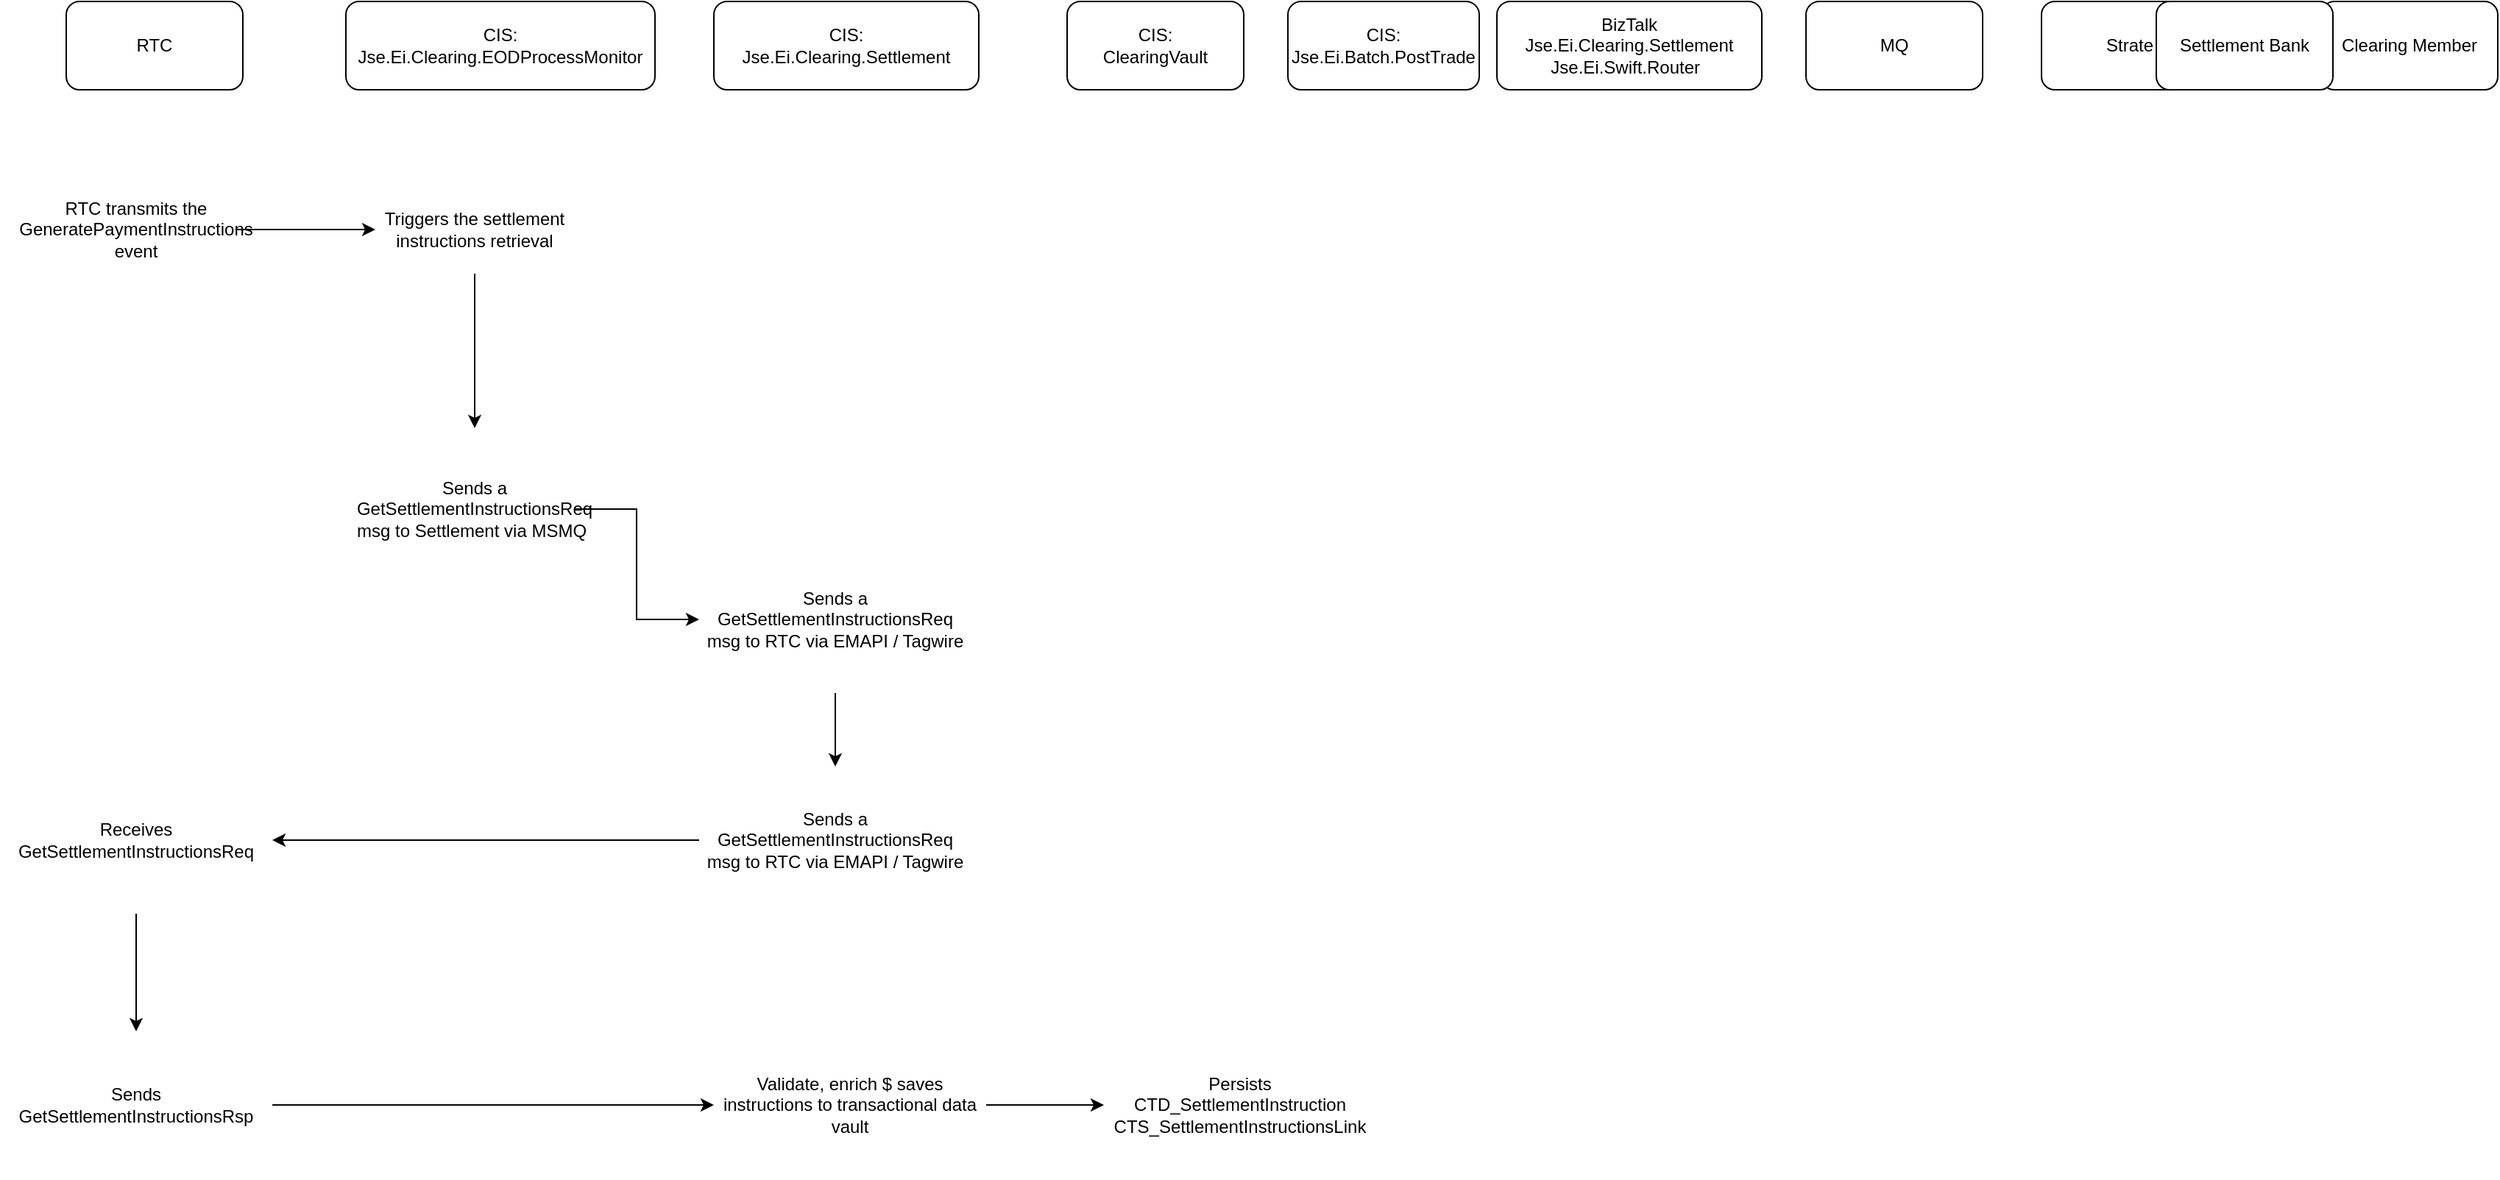
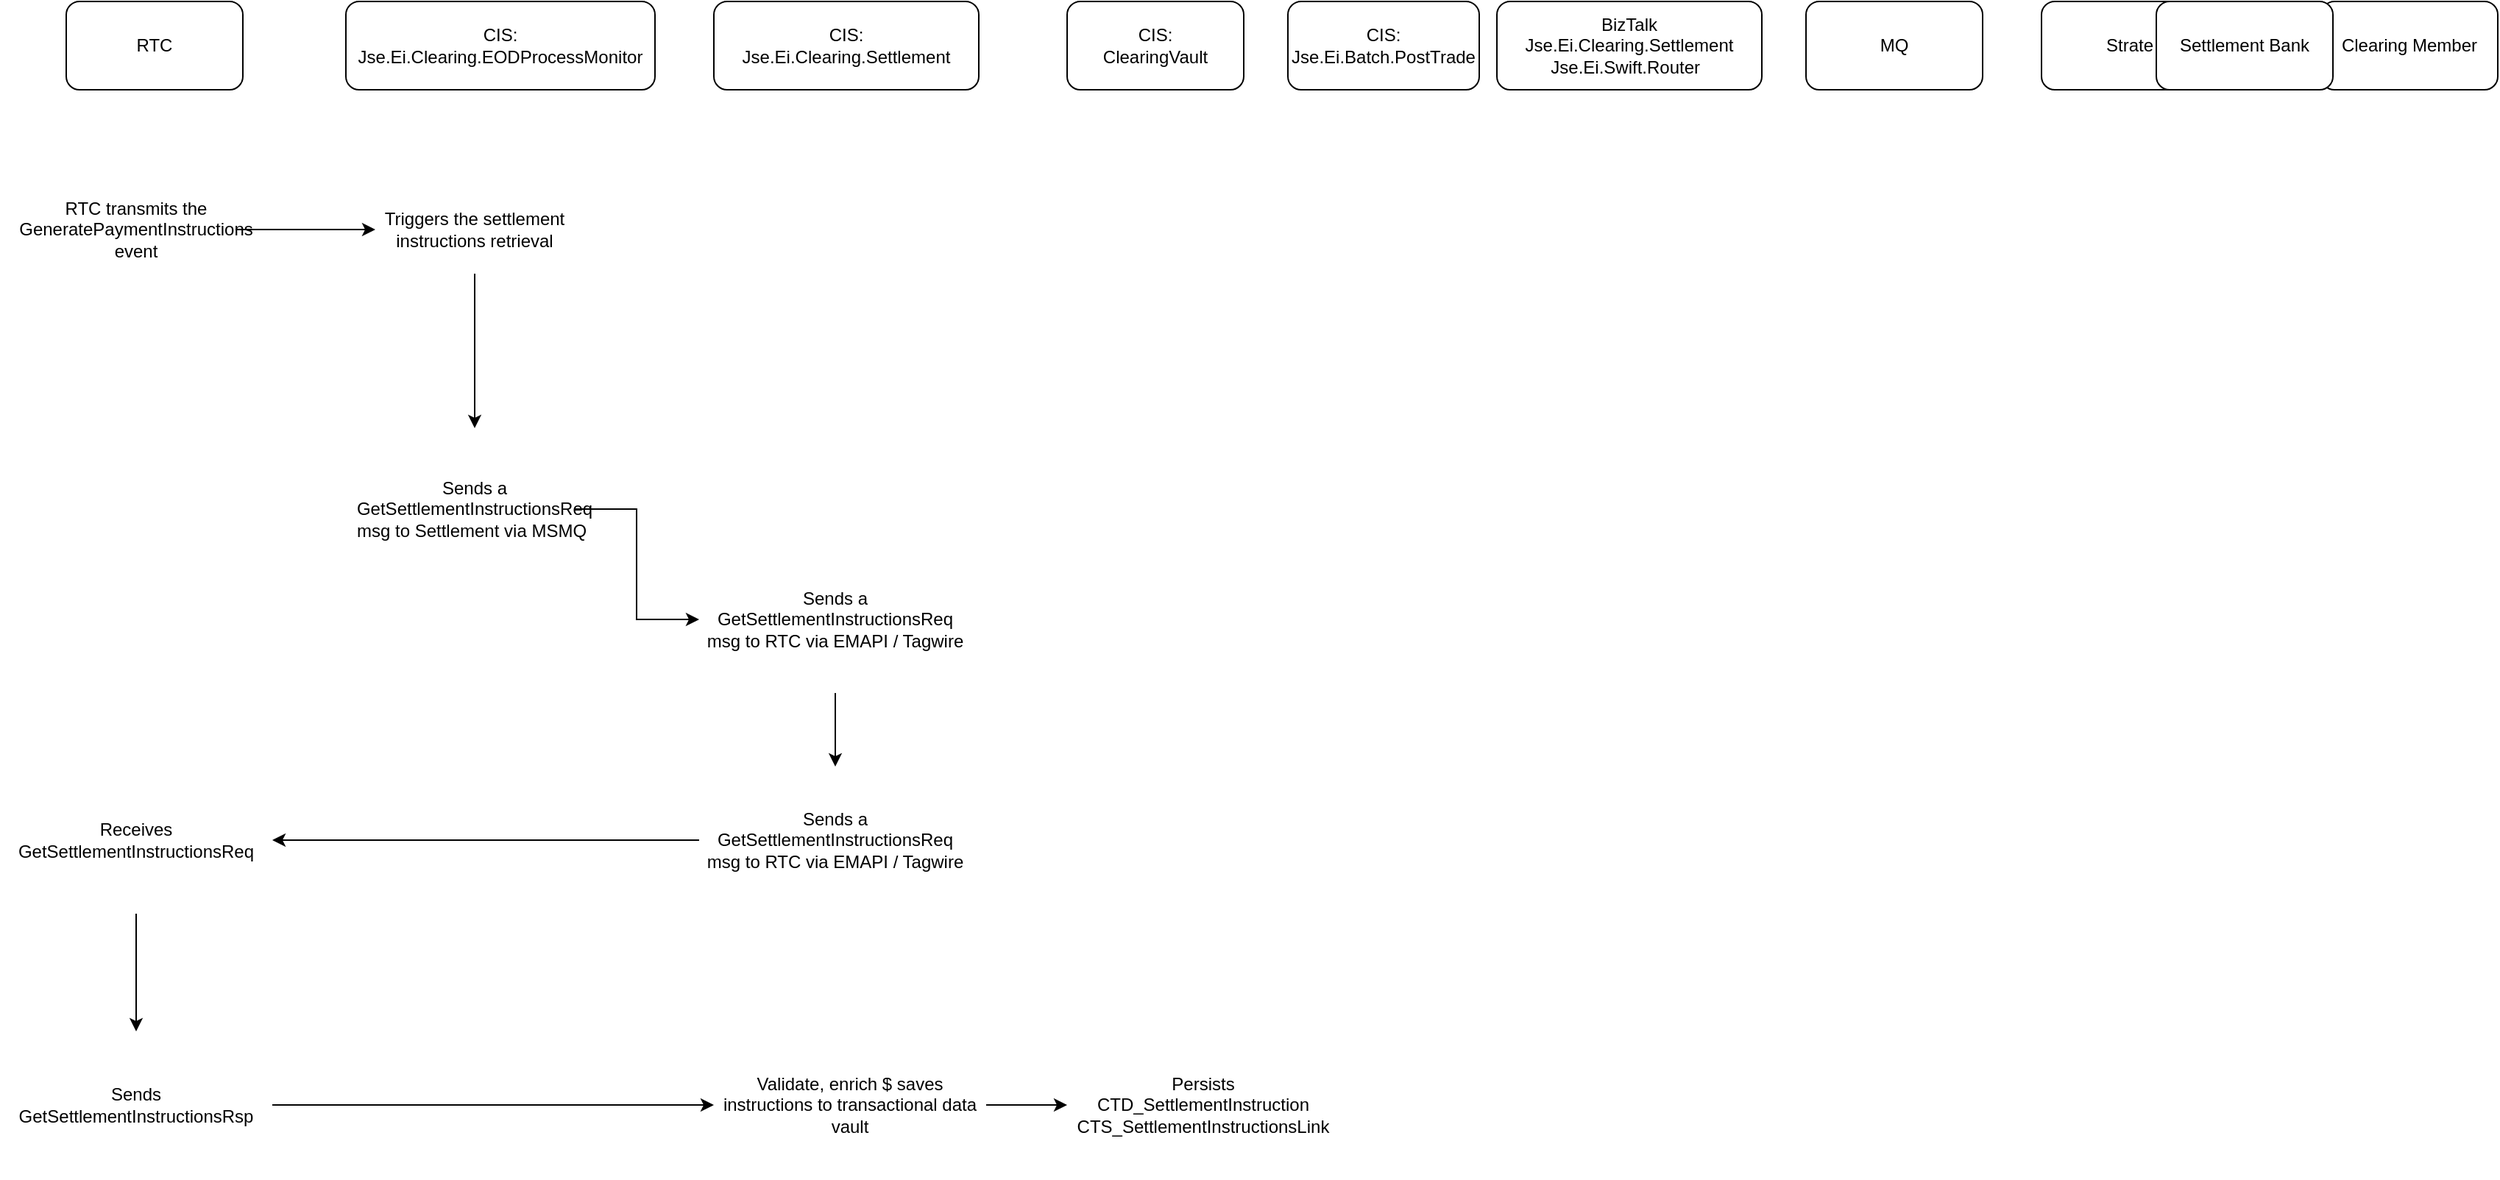
<mxfile host="app.diagrams.net">
  <diagram name="Page-1" id="vidGpl-5MFJZR5KmYKjs">
    <mxGraphModel dx="1406" dy="746" grid="1" gridSize="10" guides="1" tooltips="1" connect="1" arrows="1" fold="1" page="1" pageScale="1" pageWidth="850" pageHeight="1100" math="0" shadow="0">
      <root>
        <mxCell id="0" />
        <mxCell id="1" parent="0" />
        <mxCell id="Y7hr2lu_-T20AjTg2ncd-1" parent="1" style="rounded=1;whiteSpace=wrap;html=1;" value="RTC" vertex="1">
          <mxGeometry height="60" width="120" x="70" y="80" as="geometry" />
        </mxCell>
        <mxCell id="Y7hr2lu_-T20AjTg2ncd-2" parent="1" style="rounded=1;whiteSpace=wrap;html=1;" value="CIS:&lt;div&gt;Jse.Ei.Clearing.Settlement&lt;/div&gt;" vertex="1">
          <mxGeometry height="60" width="180" x="510" y="80" as="geometry" />
        </mxCell>
        <mxCell id="Y7hr2lu_-T20AjTg2ncd-3" parent="1" style="rounded=1;whiteSpace=wrap;html=1;" value="CIS:&lt;div&gt;Jse.Ei.Clearing.EODProcessMonitor&lt;/div&gt;" vertex="1">
          <mxGeometry height="60" width="210" x="260" y="80" as="geometry" />
        </mxCell>
        <mxCell id="Y7hr2lu_-T20AjTg2ncd-4" parent="1" style="rounded=1;whiteSpace=wrap;html=1;" value="BizTalk&lt;div&gt;Jse.Ei.Clearing.Settlement&lt;/div&gt;&lt;div&gt;Jse.Ei.Swift.Router&lt;span style=&quot;white-space: pre;&quot;&gt;&#x9;&lt;/span&gt;&lt;/div&gt;" vertex="1">
          <mxGeometry height="60" width="180" x="1042" y="80" as="geometry" />
        </mxCell>
        <mxCell id="t7a2u7lnhrg4pLDZo-nx-1" parent="1" style="rounded=1;whiteSpace=wrap;html=1;" value="MQ" vertex="1">
          <mxGeometry height="60" width="120" x="1252" y="80" as="geometry" />
        </mxCell>
        <mxCell id="t7a2u7lnhrg4pLDZo-nx-2" parent="1" style="rounded=1;whiteSpace=wrap;html=1;" value="Strate" vertex="1">
          <mxGeometry height="60" width="120" x="1412" y="80" as="geometry" />
        </mxCell>
        <mxCell id="t7a2u7lnhrg4pLDZo-nx-3" parent="1" style="rounded=1;whiteSpace=wrap;html=1;" value="Clearing Member" vertex="1">
          <mxGeometry height="60" width="120" x="1602" y="80" as="geometry" />
        </mxCell>
        <mxCell id="t7a2u7lnhrg4pLDZo-nx-4" parent="1" style="rounded=1;whiteSpace=wrap;html=1;" value="Settlement Bank" vertex="1">
          <mxGeometry height="60" width="120" x="1490" y="80" as="geometry" />
        </mxCell>
        <mxCell id="t7a2u7lnhrg4pLDZo-nx-16" edge="1" parent="1" source="t7a2u7lnhrg4pLDZo-nx-14" style="edgeStyle=orthogonalEdgeStyle;rounded=0;orthogonalLoop=1;jettySize=auto;html=1;" target="t7a2u7lnhrg4pLDZo-nx-15" value="">
          <mxGeometry relative="1" as="geometry" />
        </mxCell>
        <mxCell id="t7a2u7lnhrg4pLDZo-nx-14" parent="1" style="text;html=1;whiteSpace=wrap;strokeColor=none;fillColor=none;align=center;verticalAlign=middle;rounded=0;" value="RTC transmits the GeneratePaymentInstructions event" vertex="1">
          <mxGeometry height="110" width="135" x="50" y="180" as="geometry" />
        </mxCell>
        <mxCell id="t7a2u7lnhrg4pLDZo-nx-18" edge="1" parent="1" source="t7a2u7lnhrg4pLDZo-nx-15" style="edgeStyle=orthogonalEdgeStyle;rounded=0;orthogonalLoop=1;jettySize=auto;html=1;" target="t7a2u7lnhrg4pLDZo-nx-17" value="">
          <mxGeometry relative="1" as="geometry" />
        </mxCell>
        <mxCell id="t7a2u7lnhrg4pLDZo-nx-15" parent="1" style="text;html=1;whiteSpace=wrap;strokeColor=none;fillColor=none;align=center;verticalAlign=middle;rounded=0;" value="Triggers the settlement instructions retrieval" vertex="1">
          <mxGeometry height="60" width="135" x="280" y="205" as="geometry" />
        </mxCell>
        <mxCell id="t7a2u7lnhrg4pLDZo-nx-20" edge="1" parent="1" source="t7a2u7lnhrg4pLDZo-nx-17" style="edgeStyle=orthogonalEdgeStyle;rounded=0;orthogonalLoop=1;jettySize=auto;html=1;" target="t7a2u7lnhrg4pLDZo-nx-19" value="">
          <mxGeometry relative="1" as="geometry" />
        </mxCell>
        <mxCell id="t7a2u7lnhrg4pLDZo-nx-17" parent="1" style="text;html=1;whiteSpace=wrap;strokeColor=none;fillColor=none;align=center;verticalAlign=middle;rounded=0;labelBackgroundColor=light-dark(default, #1c1c1c);" value="Sends a GetSettlementInstructionsReq msg to Settlement via MSMQ&lt;span style=&quot;white-space: pre;&quot;&gt;&#x9;&lt;/span&gt;" vertex="1">
          <mxGeometry height="110" width="135" x="280" y="370" as="geometry" />
        </mxCell>
        <mxCell id="t7a2u7lnhrg4pLDZo-nx-23" edge="1" parent="1" source="t7a2u7lnhrg4pLDZo-nx-19" style="edgeStyle=orthogonalEdgeStyle;rounded=0;orthogonalLoop=1;jettySize=auto;html=1;" target="t7a2u7lnhrg4pLDZo-nx-22" value="">
          <mxGeometry relative="1" as="geometry" />
        </mxCell>
        <mxCell id="t7a2u7lnhrg4pLDZo-nx-19" parent="1" style="text;html=1;whiteSpace=wrap;strokeColor=none;fillColor=none;align=center;verticalAlign=middle;rounded=0;labelBackgroundColor=light-dark(default, #1c1c1c);" value="Sends a GetSettlementInstructionsReq msg to RTC via EMAPI / Tagwire" vertex="1">
          <mxGeometry height="100" width="185" x="500" y="450" as="geometry" />
        </mxCell>
        <mxCell id="t7a2u7lnhrg4pLDZo-nx-21" parent="1" style="rounded=1;whiteSpace=wrap;html=1;" value="CIS:&lt;div&gt;ClearingVault&lt;/div&gt;" vertex="1">
          <mxGeometry height="60" width="120" x="750" y="80" as="geometry" />
        </mxCell>
        <mxCell id="t7a2u7lnhrg4pLDZo-nx-26" edge="1" parent="1" source="t7a2u7lnhrg4pLDZo-nx-22" style="edgeStyle=orthogonalEdgeStyle;rounded=0;orthogonalLoop=1;jettySize=auto;html=1;" target="t7a2u7lnhrg4pLDZo-nx-25" value="">
          <mxGeometry relative="1" as="geometry" />
        </mxCell>
        <mxCell id="t7a2u7lnhrg4pLDZo-nx-22" parent="1" style="text;html=1;whiteSpace=wrap;strokeColor=none;fillColor=none;align=center;verticalAlign=middle;rounded=0;labelBackgroundColor=light-dark(default, #1c1c1c);" value="Sends a GetSettlementInstructionsReq msg to RTC via EMAPI / Tagwire" vertex="1">
          <mxGeometry height="100" width="185" x="500" y="600" as="geometry" />
        </mxCell>
        <mxCell id="t7a2u7lnhrg4pLDZo-nx-24" parent="1" style="rounded=1;whiteSpace=wrap;html=1;" value="CIS:&lt;div&gt;Jse.Ei.Batch.PostTrade&lt;/div&gt;" vertex="1">
          <mxGeometry height="60" width="130" x="900" y="80" as="geometry" />
        </mxCell>
        <mxCell id="t7a2u7lnhrg4pLDZo-nx-28" edge="1" parent="1" source="t7a2u7lnhrg4pLDZo-nx-25" style="edgeStyle=orthogonalEdgeStyle;rounded=0;orthogonalLoop=1;jettySize=auto;html=1;" target="t7a2u7lnhrg4pLDZo-nx-27" value="">
          <mxGeometry relative="1" as="geometry" />
        </mxCell>
        <mxCell id="t7a2u7lnhrg4pLDZo-nx-25" parent="1" style="text;html=1;whiteSpace=wrap;strokeColor=none;fillColor=none;align=center;verticalAlign=middle;rounded=0;labelBackgroundColor=light-dark(default, #1c1c1c);" value="Receives GetSettlementInstructionsReq" vertex="1">
          <mxGeometry height="100" width="185" x="25" y="600" as="geometry" />
        </mxCell>
        <mxCell id="t7a2u7lnhrg4pLDZo-nx-30" edge="1" parent="1" source="t7a2u7lnhrg4pLDZo-nx-27" style="edgeStyle=orthogonalEdgeStyle;rounded=0;orthogonalLoop=1;jettySize=auto;html=1;" target="t7a2u7lnhrg4pLDZo-nx-29" value="">
          <mxGeometry relative="1" as="geometry" />
        </mxCell>
        <mxCell id="t7a2u7lnhrg4pLDZo-nx-27" parent="1" style="text;html=1;whiteSpace=wrap;strokeColor=none;fillColor=none;align=center;verticalAlign=middle;rounded=0;labelBackgroundColor=light-dark(default, #1c1c1c);" value="Sends GetSettlementInstructionsRsp" vertex="1">
          <mxGeometry height="100" width="185" x="25" y="780" as="geometry" />
        </mxCell>
        <mxCell id="t7a2u7lnhrg4pLDZo-nx-32" edge="1" parent="1" source="t7a2u7lnhrg4pLDZo-nx-29" style="edgeStyle=orthogonalEdgeStyle;rounded=0;orthogonalLoop=1;jettySize=auto;html=1;" target="t7a2u7lnhrg4pLDZo-nx-31" value="">
          <mxGeometry relative="1" as="geometry" />
        </mxCell>
        <mxCell id="t7a2u7lnhrg4pLDZo-nx-29" parent="1" style="text;html=1;whiteSpace=wrap;strokeColor=none;fillColor=none;align=center;verticalAlign=middle;rounded=0;labelBackgroundColor=light-dark(default, #1c1c1c);" value="&lt;div&gt;Validate, enrich $ s&lt;span style=&quot;background-color: initial; color: light-dark(rgb(0, 0, 0), rgb(255, 255, 255));&quot;&gt;aves instructions to transactional data vault&lt;/span&gt;&lt;/div&gt;" vertex="1">
          <mxGeometry height="100" width="185" x="510" y="780" as="geometry" />
        </mxCell>
        <mxCell id="t7a2u7lnhrg4pLDZo-nx-31" parent="1" style="text;html=1;whiteSpace=wrap;strokeColor=none;fillColor=none;align=center;verticalAlign=middle;rounded=0;labelBackgroundColor=light-dark(default, #1c1c1c);" value="Persists&lt;div&gt;CTD_SettlementInstruction&lt;/div&gt;&lt;div&gt;CTS_SettlementInstructionsLink&lt;/div&gt;" vertex="1">
-           <mxGeometry height="100" width="185" x="775" y="780" as="geometry" />
+           <mxGeometry height="100" width="185" x="750" y="780" as="geometry" />
        </mxCell>
      </root>
    </mxGraphModel>
  </diagram>
</mxfile>
